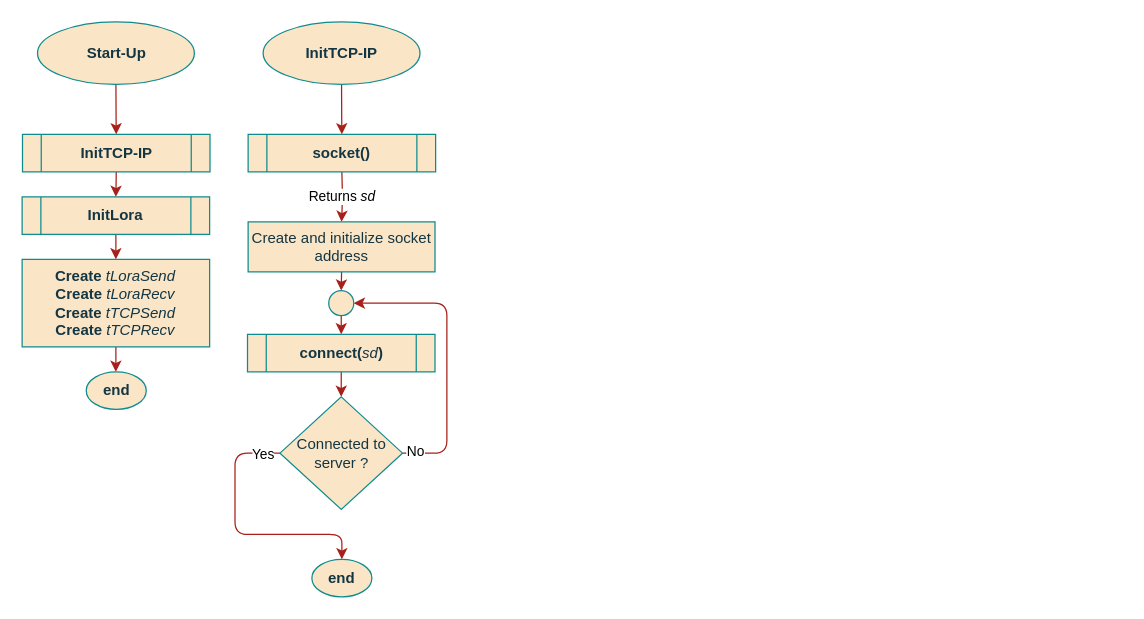
Earlier version of the draw.io diagram page "start-up" (3 of 5) of project/report/flowcharts/LoraComms.drawio (ESRGgroup9/slipad). Source tidied: cells renumbered, new cells numbered last; positions are measured from the earlier drawing's top-left corner, leaving out a move shared by most shapes. Both pictures are drawn from the tidied source at 125%, with x=0, y=0 at pixel (21, 21).
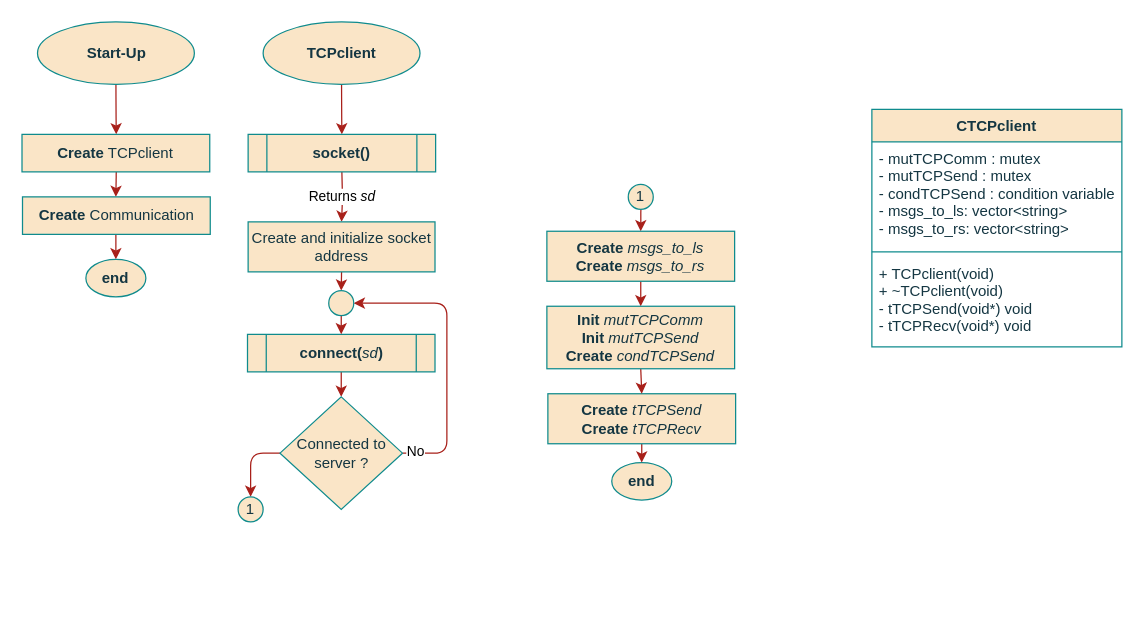
Above is the later version.

Unchanged cells that the change refers to:
```xml
<mxCell id="3" value="Start-Up" style="ellipse;whiteSpace=wrap;html=1;fillColor=#FAE5C7;strokeColor=#0F8B8D;fontColor=#143642;fontStyle=1;" parent="1" vertex="1">
  <mxGeometry x="12.5" width="125.5" height="50" as="geometry" />
</mxCell>
<mxCell id="24" value="Connected to server ?" style="rhombus;whiteSpace=wrap;html=1;rounded=0;sketch=0;fontColor=#143642;strokeColor=#0F8B8D;fillColor=#FAE5C7;" parent="1" vertex="1">
  <mxGeometry x="206.5" y="300" width="98" height="90" as="geometry" />
</mxCell>
```

What changed in the source:
```diff
@@
-    <mxCell id="2" style="edgeStyle=orthogonalEdgeStyle;curved=0;rounded=1;sketch=0;jettySize=auto;html=1;exitX=0.5;exitY=1;exitDx=0;exitDy=0;entryX=0.5;entryY=0;entryDx=0;entryDy=0;fontColor=#143642;strokeColor=#A8201A;fillColor=#FAE5C7;" parent="1" edge="1" source="3" target="7">
-      <mxGeometry relative="1" as="geometry" />
+    <mxCell id="2" style="edgeStyle=orthogonalEdgeStyle;curved=0;rounded=1;sketch=0;jettySize=auto;html=1;exitX=0.5;exitY=1;exitDx=0;exitDy=0;entryX=0.5;entryY=0;entryDx=0;entryDy=0;fontColor=#143642;strokeColor=#A8201A;fillColor=#FAE5C7;" parent="1" edge="1" source="3">
+      <mxGeometry relative="1" as="geometry">
+        <mxPoint x="75.5" y="90" as="targetPoint" />
+      </mxGeometry>
     </mxCell>
@@
-    <mxCell id="4" style="edgeStyle=orthogonalEdgeStyle;rounded=1;sketch=0;jettySize=auto;html=1;fontColor=#143642;strokeColor=#A8201A;fillColor=#FAE5C7;entryX=0.5;entryY=0;entryDx=0;entryDy=0;" parent="1" edge="1" source="5">
-      <mxGeometry relative="1" as="geometry">
-        <mxPoint x="75.1" y="280" as="targetPoint" />
-      </mxGeometry>
-    </mxCell>
-    <mxCell id="5" value="&lt;div&gt;&lt;b&gt;Create &lt;/b&gt;&lt;i&gt;tLoraSend&lt;/i&gt;&lt;/div&gt;&lt;div&gt;&lt;b&gt;Create &lt;/b&gt;&lt;i&gt;tLoraRecv&lt;/i&gt;&lt;/div&gt;&lt;div&gt;&lt;b&gt;Create&lt;/b&gt; &lt;i&gt;tTCPSend&lt;/i&gt;&lt;/div&gt;&lt;div&gt;&lt;div&gt;&lt;b&gt;Create&lt;/b&gt; &lt;i&gt;tTCPRecv&lt;/i&gt;&lt;/div&gt;&lt;i&gt;&lt;/i&gt;&lt;/div&gt;" style="rounded=0;whiteSpace=wrap;html=1;sketch=0;fontColor=#143642;strokeColor=#0F8B8D;fillColor=#FAE5C7;" parent="1" vertex="1">
-      <mxGeometry x="0.2" y="190" width="150" height="70" as="geometry" />
-    </mxCell>
-    <mxCell id="6" style="edgeStyle=orthogonalEdgeStyle;rounded=1;jettySize=auto;html=1;exitX=0.5;exitY=1;exitDx=0;exitDy=0;entryX=0.5;entryY=0;entryDx=0;entryDy=0;fontSize=11;strokeColor=#A8201A;" parent="1" edge="1" source="7" target="9">
-      <mxGeometry relative="1" as="geometry" />
+    <mxCell id="6" style="edgeStyle=orthogonalEdgeStyle;rounded=1;orthogonalLoop=1;jettySize=auto;html=1;exitX=0.5;exitY=1;exitDx=0;exitDy=0;entryX=0.5;entryY=0;entryDx=0;entryDy=0;fontSize=11;strokeColor=#A8201A;" parent="1" edge="1">
+      <mxGeometry relative="1" as="geometry">
+        <mxPoint x="75.5" y="120" as="sourcePoint" />
+        <mxPoint x="75.2" y="140" as="targetPoint" />
+      </mxGeometry>
     </mxCell>
-    <mxCell id="7" value="InitTCP-IP " style="shape=process;whiteSpace=wrap;html=1;backgroundOutline=1;rounded=0;sketch=0;fontColor=#143642;strokeColor=#0F8B8D;fillColor=#FAE5C7;fontStyle=1;" parent="1" vertex="1">
-      <mxGeometry x="0.5" y="90" width="150" height="30" as="geometry" />
-    </mxCell>
-    <mxCell id="8" style="edgeStyle=orthogonalEdgeStyle;rounded=1;jettySize=auto;html=1;exitX=0.5;exitY=1;exitDx=0;exitDy=0;entryX=0.5;entryY=0;entryDx=0;entryDy=0;fontSize=11;strokeColor=#A8201A;" parent="1" edge="1" source="9" target="5">
-      <mxGeometry relative="1" as="geometry" />
+    <mxCell id="8" style="edgeStyle=orthogonalEdgeStyle;rounded=1;orthogonalLoop=1;jettySize=auto;html=1;exitX=0.5;exitY=1;exitDx=0;exitDy=0;entryX=0.5;entryY=0;entryDx=0;entryDy=0;fontSize=11;strokeColor=#A8201A;" parent="1" edge="1">
+      <mxGeometry relative="1" as="geometry">
+        <mxPoint x="75.2" y="170" as="sourcePoint" />
+        <mxPoint x="75.2" y="190" as="targetPoint" />
+      </mxGeometry>
     </mxCell>
-    <mxCell id="9" value="InitLora " style="shape=process;whiteSpace=wrap;html=1;backgroundOutline=1;rounded=0;sketch=0;fontColor=#143642;strokeColor=#0F8B8D;fillColor=#FAE5C7;fontStyle=1;" parent="1" vertex="1">
-      <mxGeometry x="0.2" y="140" width="150" height="30" as="geometry" />
-    </mxCell>
-    <mxCell id="10" value="end" style="ellipse;whiteSpace=wrap;html=1;fillColor=#FAE5C7;strokeColor=#0F8B8D;fontColor=#143642;fontStyle=1;" parent="1" vertex="1">
-      <mxGeometry x="51.5" y="280" width="48" height="30" as="geometry" />
-    </mxCell>
@@
-    <mxCell id="12" value="InitTCP-IP" style="ellipse;whiteSpace=wrap;html=1;fillColor=#FAE5C7;strokeColor=#0F8B8D;fontColor=#143642;fontStyle=1;" parent="1" vertex="1">
+    <mxCell id="12" value="TCPclient" style="ellipse;whiteSpace=wrap;html=1;fillColor=#FAE5C7;strokeColor=#0F8B8D;fontColor=#143642;fontStyle=1;" parent="1" vertex="1">
       <mxGeometry x="193" width="125.5" height="50" as="geometry" />
     </mxCell>
@@
     <mxCell id="14" value="end" style="ellipse;whiteSpace=wrap;html=1;fillColor=#FAE5C7;strokeColor=#0F8B8D;fontColor=#143642;fontStyle=1;" parent="1" vertex="1">
-      <mxGeometry x="232" y="430" width="48" height="30" as="geometry" />
+      <mxGeometry x="471.9" y="352.5" width="48" height="30" as="geometry" />
     </mxCell>
@@
-    <mxCell id="20" style="edgeStyle=orthogonalEdgeStyle;rounded=1;jettySize=auto;html=1;exitX=0;exitY=0.5;exitDx=0;exitDy=0;entryX=0.5;entryY=0;entryDx=0;entryDy=0;fontSize=11;strokeColor=#A8201A;" parent="1" edge="1" source="24" target="14">
-      <mxGeometry relative="1" as="geometry">
-        <Array as="points">
-          <mxPoint x="170.5" y="345" />
-          <mxPoint x="170.5" y="410" />
-          <mxPoint x="255.5" y="410" />
-        </Array>
-      </mxGeometry>
-    </mxCell>
-    <mxCell id="21" value="Yes" style="edgeLabel;html=1;align=center;verticalAlign=middle;fontSize=11;" parent="20" vertex="1">
-      <mxGeometry x="-0.9" y="2" relative="1" as="geometry">
-        <mxPoint x="-4" y="-2" as="offset" />
-      </mxGeometry>
-    </mxCell>
@@
+    <mxCell id="27" style="edgeStyle=orthogonalEdgeStyle;rounded=1;jettySize=auto;html=1;exitX=0.5;exitY=1;exitDx=0;exitDy=0;entryX=0.5;entryY=0;entryDx=0;entryDy=0;fontSize=11;strokeColor=#A8201A;" parent="1" edge="1" target="38">
+      <mxGeometry relative="1" as="geometry">
+        <mxPoint x="495.2" y="147.5" as="sourcePoint" />
+      </mxGeometry>
+    </mxCell>
+    <mxCell id="28" style="edgeStyle=orthogonalEdgeStyle;rounded=1;jettySize=auto;html=1;exitX=0;exitY=0.5;exitDx=0;exitDy=0;entryX=0.5;entryY=0;entryDx=0;entryDy=0;fontSize=11;strokeColor=#A8201A;" parent="1" edge="1" source="24" target="41">
+      <mxGeometry relative="1" as="geometry" />
+    </mxCell>
@@
+    <mxCell id="10" value="end" style="ellipse;whiteSpace=wrap;html=1;fillColor=#FAE5C7;strokeColor=#0F8B8D;fontColor=#143642;fontStyle=1;" parent="1" vertex="1">
+      <mxGeometry x="51.2" y="190" width="48" height="30" as="geometry" />
+    </mxCell>
+    <mxCell id="29" value="&lt;b&gt;Create&lt;/b&gt; Communication" style="rounded=0;whiteSpace=wrap;html=1;sketch=0;fontColor=#143642;strokeColor=#0F8B8D;fillColor=#FAE5C7;" parent="1" vertex="1">
+      <mxGeometry x="0.5" y="140" width="150.2" height="30" as="geometry" />
+    </mxCell>
+    <mxCell id="30" value="&lt;b&gt;Create&lt;/b&gt; TCPclient" style="rounded=0;whiteSpace=wrap;html=1;sketch=0;fontColor=#143642;strokeColor=#0F8B8D;fillColor=#FAE5C7;" parent="1" vertex="1">
+      <mxGeometry x="0.1" y="90" width="150.2" height="30" as="geometry" />
+    </mxCell>
+    <mxCell id="31" style="edgeStyle=orthogonalEdgeStyle;rounded=1;jettySize=auto;html=1;exitX=0.5;exitY=1;exitDx=0;exitDy=0;entryX=0.5;entryY=0;entryDx=0;entryDy=0;fontSize=11;strokeColor=#A8201A;" parent="1" edge="1" source="32" target="14">
+      <mxGeometry relative="1" as="geometry" />
+    </mxCell>
+    <mxCell id="32" value="&lt;div&gt;&lt;b&gt;Create&lt;/b&gt; &lt;i&gt;tTCPSend&lt;/i&gt;&lt;/div&gt;&lt;div&gt;&lt;b&gt;Create&lt;/b&gt; &lt;i&gt;tTCPRecv&lt;/i&gt;&lt;/div&gt;" style="rounded=0;whiteSpace=wrap;html=1;sketch=0;fontColor=#143642;strokeColor=#0F8B8D;fillColor=#FAE5C7;" parent="1" vertex="1">
+      <mxGeometry x="420.8" y="297.5" width="150.2" height="40" as="geometry" />
+    </mxCell>
+    <mxCell id="33" value="CTCPclient" style="swimlane;fontStyle=1;align=center;verticalAlign=top;horizontal=1;startSize=26;fillColor=#FAE5C7;strokeColor=#0F8B8D;fontColor=#143642;" parent="1" vertex="1">
+      <mxGeometry x="680" y="70" width="200" height="190" as="geometry" />
+    </mxCell>
+    <mxCell id="34" value="-  mutTCPComm : mutex&#10;-  mutTCPSend : mutex&#10;- condTCPSend : condition variable&#10;- msgs_to_ls: vector&lt;string&gt;&#10;- msgs_to_rs: vector&lt;string&gt;&#10;&#10;&#10;&#10;" style="text;strokeColor=none;fillColor=none;align=left;verticalAlign=top;spacingLeft=4;spacingRight=4;overflow=hidden;fontColor=#143642;" parent="33" vertex="1">
+      <mxGeometry y="26" width="200" height="84" as="geometry" />
+    </mxCell>
+    <mxCell id="35" style="line;strokeWidth=1;fillColor=none;align=left;verticalAlign=middle;spacingTop=-1;spacingLeft=3;spacingRight=3;labelPosition=right;labelBackgroundColor=#DAD2D8;strokeColor=#0F8B8D;fontColor=#143642;" parent="33" vertex="1">
+      <mxGeometry y="110" width="200" height="8" as="geometry" />
+    </mxCell>
+    <mxCell id="36" value="+ TCPclient(void)&#10;+ ~TCPclient(void)&#10;- tTCPSend(void*) void &#10;- tTCPRecv(void*) void&#10;&#10;&#10;&#10;" style="text;strokeColor=none;fillColor=none;align=left;verticalAlign=top;spacingLeft=4;spacingRight=4;overflow=hidden;fontColor=#143642;" parent="33" vertex="1">
+      <mxGeometry y="118" width="200" height="72" as="geometry" />
+    </mxCell>
+    <mxCell id="37" style="edgeStyle=orthogonalEdgeStyle;rounded=1;jettySize=auto;html=1;exitX=0.5;exitY=1;exitDx=0;exitDy=0;entryX=0.5;entryY=0;entryDx=0;entryDy=0;fontSize=11;strokeColor=#A8201A;" parent="1" edge="1" source="38" target="40">
+      <mxGeometry relative="1" as="geometry" />
+    </mxCell>
+    <mxCell id="38" value="&lt;div&gt;&lt;b&gt;Create&lt;/b&gt; &lt;i&gt;msgs_to_ls&lt;/i&gt;&lt;/div&gt;&lt;div&gt;&lt;div&gt;&lt;b&gt;Create&lt;/b&gt; &lt;i&gt;msgs_to_rs&lt;/i&gt;&lt;/div&gt;&lt;/div&gt;" style="rounded=0;whiteSpace=wrap;html=1;sketch=0;fontColor=#143642;strokeColor=#0F8B8D;fillColor=#FAE5C7;" parent="1" vertex="1">
+      <mxGeometry x="420" y="167.5" width="150.2" height="40" as="geometry" />
+    </mxCell>
+    <mxCell id="39" style="edgeStyle=orthogonalEdgeStyle;rounded=1;jettySize=auto;html=1;exitX=0.5;exitY=1;exitDx=0;exitDy=0;entryX=0.5;entryY=0;entryDx=0;entryDy=0;fontSize=11;strokeColor=#A8201A;" parent="1" edge="1" source="40" target="32">
+      <mxGeometry relative="1" as="geometry" />
+    </mxCell>
+    <mxCell id="40" value="&lt;div&gt;&lt;b&gt;Init &lt;/b&gt;&lt;i&gt;mutTCPComm&lt;/i&gt;&lt;/div&gt;&lt;div&gt;&lt;b&gt;Init &lt;/b&gt;&lt;i&gt;mutTCPSend&lt;/i&gt;&lt;/div&gt;&lt;b&gt;Create&lt;/b&gt;&lt;i&gt; condTCPSend&lt;/i&gt;" style="rounded=0;whiteSpace=wrap;html=1;sketch=0;fontColor=#143642;strokeColor=#0F8B8D;fillColor=#FAE5C7;" parent="1" vertex="1">
+      <mxGeometry x="420" y="227.5" width="150.2" height="50" as="geometry" />
+    </mxCell>
+    <mxCell id="41" value="1" style="ellipse;whiteSpace=wrap;html=1;rounded=0;sketch=0;fontColor=#143642;strokeColor=#0F8B8D;fillColor=#FAE5C7;" parent="1" vertex="1">
+      <mxGeometry x="173" y="380" width="20" height="20" as="geometry" />
+    </mxCell>
+    <mxCell id="42" value="1" style="ellipse;whiteSpace=wrap;html=1;rounded=0;sketch=0;fontColor=#143642;strokeColor=#0F8B8D;fillColor=#FAE5C7;" parent="1" vertex="1">
+      <mxGeometry x="485.1" y="130" width="20" height="20" as="geometry" />
+    </mxCell>
```
